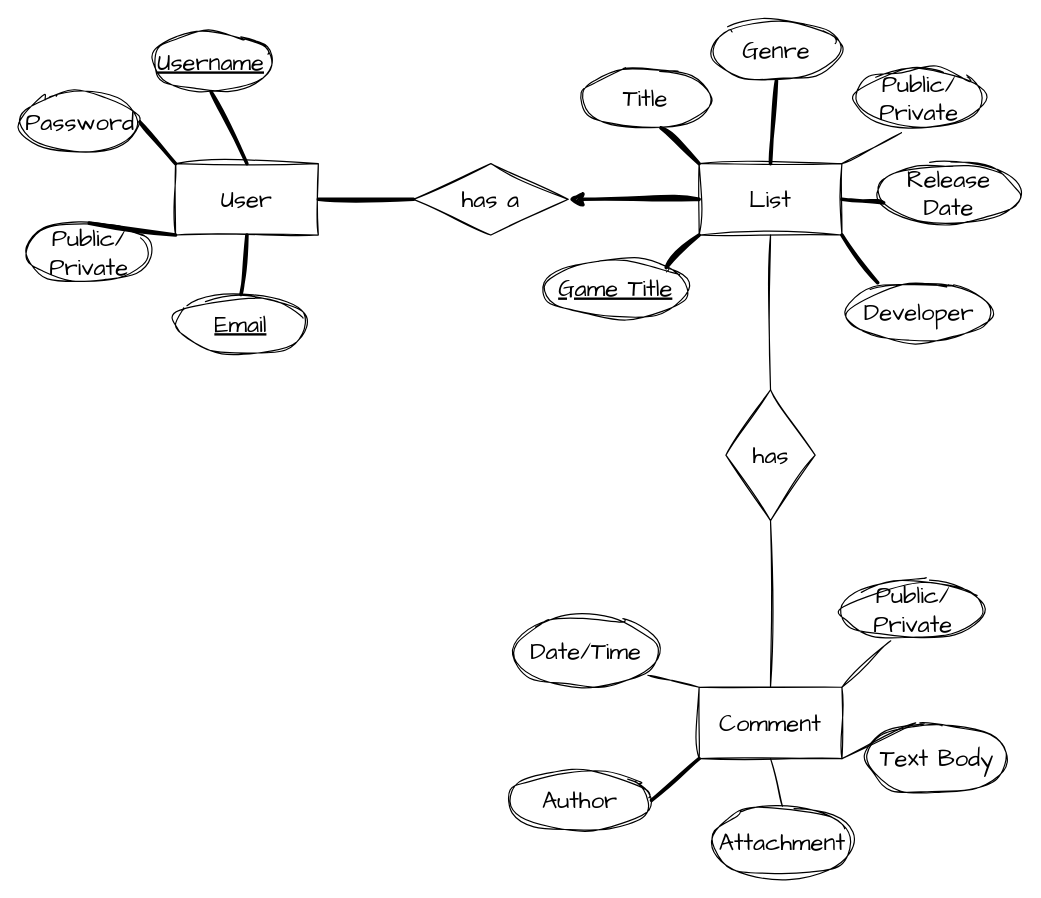
KMoussa33/Zeek keeps this draw.io diagram as zeekERD.drawio. Above is the earlier version. Source tidied: cells renumbered, new cells numbered last; positions are measured from the earlier drawing's top-left corner, leaving out a move shared by most shapes. Both pictures are drawn from the tidied source at 119%, with x=0, y=0 at pixel (20, 20).
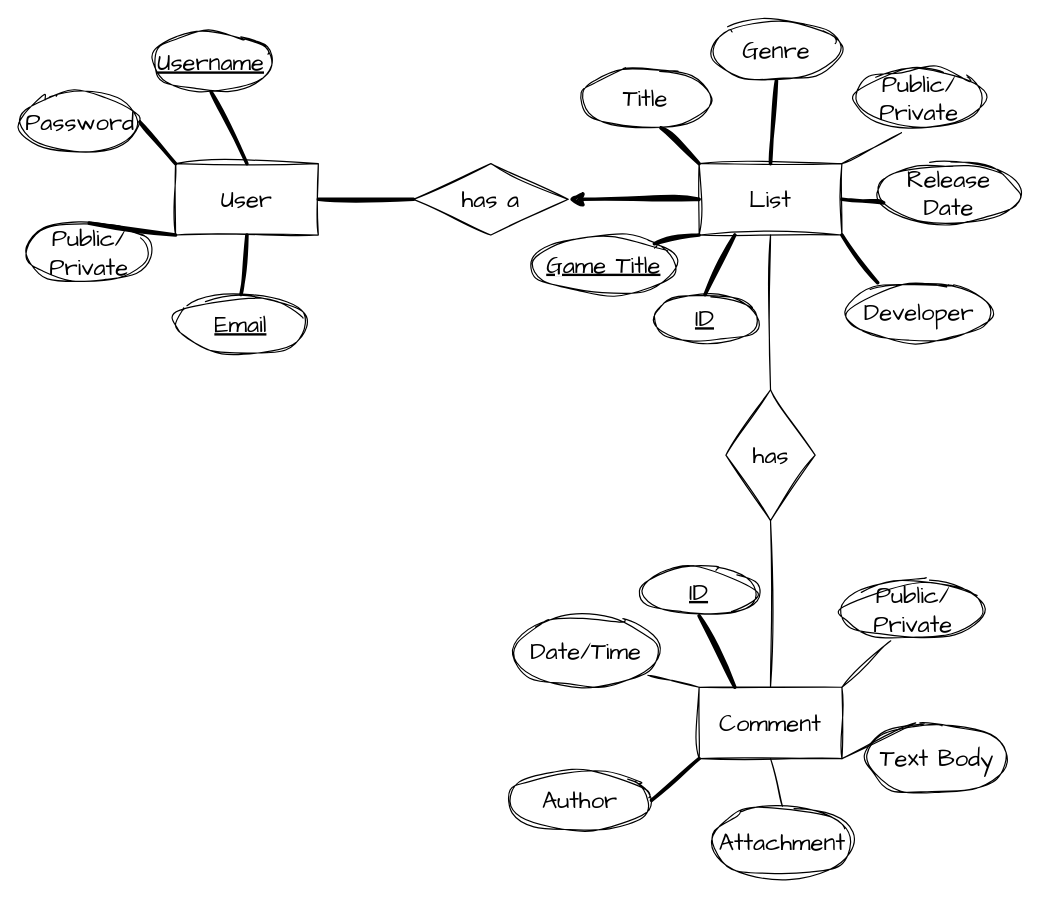
The same page after the edit.

Commit message:
ERD changes and primary keys

Unchanged cells that the change refers to:
```xml
<mxCell id="13" value="List" style="rounded=0;whiteSpace=wrap;html=1;sketch=1;hachureGap=4;jiggle=2;curveFitting=1;fontFamily=Architects Daughter;fontSize=20;" parent="1" vertex="1">
  <mxGeometry x="570" y="120" width="120" height="60" as="geometry" />
</mxCell>
<mxCell id="27" value="Comment" style="rounded=0;whiteSpace=wrap;html=1;sketch=1;hachureGap=4;jiggle=2;curveFitting=1;fontFamily=Architects Daughter;fontSize=20;" parent="1" vertex="1">
  <mxGeometry x="570" y="560" width="120" height="60" as="geometry" />
</mxCell>
```

The edit, as a diff of the source:
```diff
@@
     <mxCell id="19" value="&lt;u&gt;Game Title&lt;/u&gt;" style="ellipse;whiteSpace=wrap;html=1;sketch=1;hachureGap=4;jiggle=2;curveFitting=1;fontFamily=Architects Daughter;fontSize=20;" parent="1" vertex="1">
-      <mxGeometry x="440" y="200" width="120" height="50" as="geometry" />
+      <mxGeometry x="430" y="180" width="120" height="50" as="geometry" />
     </mxCell>
@@
+    <mxCell id="41" value="&lt;u&gt;ID&lt;/u&gt;" style="ellipse;whiteSpace=wrap;html=1;sketch=1;hachureGap=4;jiggle=2;curveFitting=1;fontFamily=Architects Daughter;fontSize=20;" parent="1" vertex="1">
+      <mxGeometry x="520" y="460" width="100" height="40" as="geometry" />
+    </mxCell>
+    <mxCell id="42" value="&lt;u&gt;ID&lt;/u&gt;" style="ellipse;whiteSpace=wrap;html=1;sketch=1;hachureGap=4;jiggle=2;curveFitting=1;fontFamily=Architects Daughter;fontSize=20;" parent="1" vertex="1">
+      <mxGeometry x="530" y="230" width="90" height="40" as="geometry" />
+    </mxCell>
+    <mxCell id="43" style="endArrow=none;html=1;sketch=1;hachureGap=4;jiggle=2;curveFitting=1;fontFamily=Architects Daughter;fontSize=16;exitX=0.5;exitY=0;exitDx=0;exitDy=0;entryX=0.25;entryY=1;entryDx=0;entryDy=0;strokeWidth=3;" parent="1" edge="1" source="42" target="13">
+      <mxGeometry relative="1" as="geometry" />
+    </mxCell>
+    <mxCell id="44" style="endArrow=none;html=1;sketch=1;hachureGap=4;jiggle=2;curveFitting=1;strokeWidth=3;fontFamily=Architects Daughter;fontSize=16;exitX=0.25;exitY=0;exitDx=0;exitDy=0;entryX=0.5;entryY=1;entryDx=0;entryDy=0;" parent="1" edge="1" source="27" target="41">
+      <mxGeometry relative="1" as="geometry" />
+    </mxCell>
```
